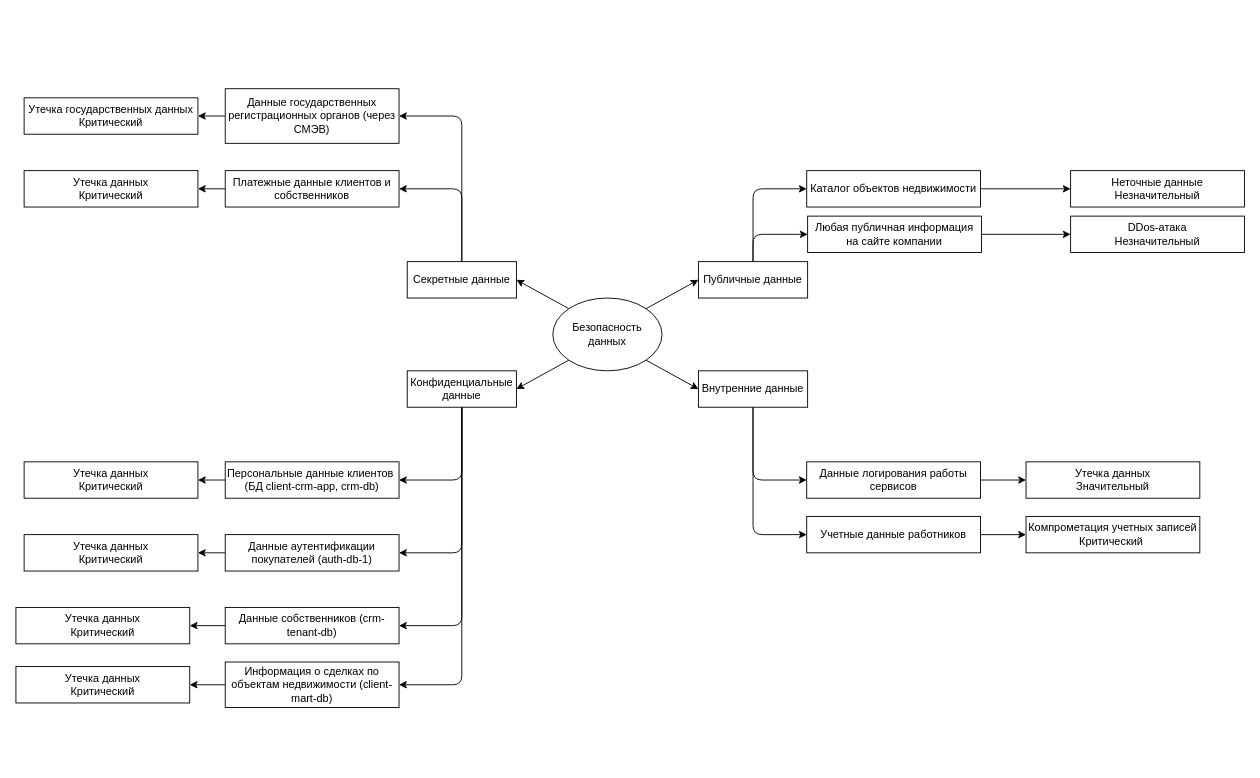
Above: Task1/Task1.drawio in AlexanderMATI/architecture-pro-propdevelopment (draw.io), before the change. Source tidied: cells renumbered, new cells numbered last; positions are measured from the earlier drawing's top-left corner, leaving out a move shared by most shapes. Both pictures are drawn from the tidied source at 91%, with x=0, y=0 at pixel (15, 88).
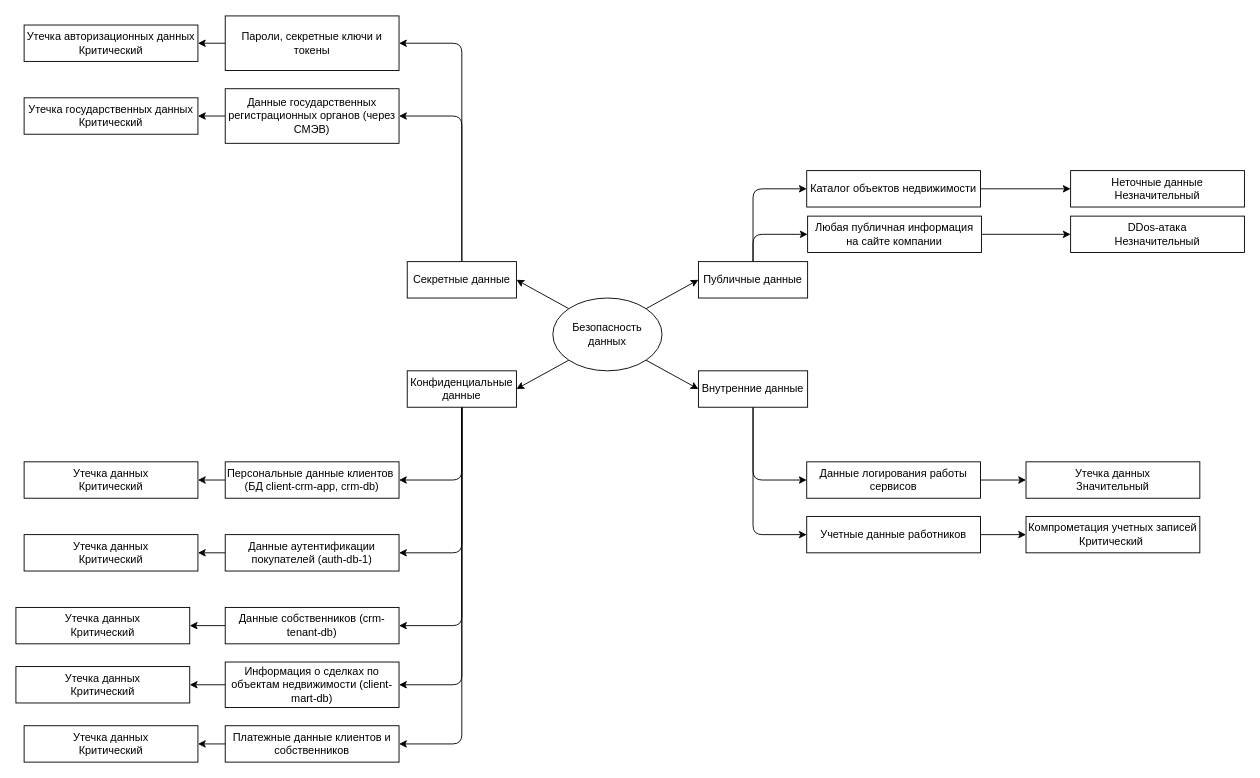
Above is the later version.

Unchanged cells that the change refers to:
```xml
<mxCell id="17" value="Конфиденциальные данные" style="rounded=0;whiteSpace=wrap;html=1;" parent="1" vertex="1">
  <mxGeometry x="430" y="310" width="120" height="40" as="geometry" />
</mxCell>
<mxCell id="20" value="Секретные данные" style="rounded=0;whiteSpace=wrap;html=1;" parent="1" vertex="1">
  <mxGeometry x="430" y="190" width="120" height="40" as="geometry" />
</mxCell>
```

Change to the diagram source:
```diff
@@
+    <mxCell id="51" style="edgeStyle=none;html=1;entryX=1;entryY=0.5;entryDx=0;entryDy=0;" parent="1" edge="1" source="17" target="36">
+      <mxGeometry relative="1" as="geometry">
+        <Array as="points">
+          <mxPoint x="490" y="720" />
+        </Array>
+      </mxGeometry>
+    </mxCell>
@@
-    <mxCell id="18" style="edgeStyle=none;html=1;entryX=1;entryY=0.5;entryDx=0;entryDy=0;" parent="1" edge="1" source="20" target="36">
-      <mxGeometry relative="1" as="geometry">
-        <Array as="points">
-          <mxPoint x="490" y="110" />
-        </Array>
-      </mxGeometry>
-    </mxCell>
@@
+    <mxCell id="52" style="edgeStyle=none;html=1;entryX=1;entryY=0.5;entryDx=0;entryDy=0;" parent="1" edge="1" source="20" target="54">
+      <mxGeometry relative="1" as="geometry">
+        <Array as="points">
+          <mxPoint x="490" y="-50" />
+        </Array>
+      </mxGeometry>
+    </mxCell>
@@
     <mxCell id="36" value="Платежные данные клиентов и собственников" style="rounded=0;whiteSpace=wrap;html=1;" parent="1" vertex="1">
-      <mxGeometry x="230" y="90" width="191" height="40" as="geometry" />
+      <mxGeometry x="230" y="700" width="191" height="40" as="geometry" />
     </mxCell>
@@
     <mxCell id="47" value="Утечка данных&lt;div&gt;Критический&lt;/div&gt;" style="rounded=0;whiteSpace=wrap;html=1;" parent="1" vertex="1">
-      <mxGeometry x="9" y="90" width="191" height="40" as="geometry" />
+      <mxGeometry x="9" y="700" width="191" height="40" as="geometry" />
     </mxCell>
@@
+    <mxCell id="53" style="edgeStyle=none;html=1;" parent="1" edge="1" source="54" target="55">
+      <mxGeometry relative="1" as="geometry" />
+    </mxCell>
+    <mxCell id="54" value="Пароли, секретные ключи и токены" style="rounded=0;whiteSpace=wrap;html=1;" parent="1" vertex="1">
+      <mxGeometry x="230" y="-80" width="191" height="60" as="geometry" />
+    </mxCell>
+    <mxCell id="55" value="Утечка авторизационных данных&lt;div&gt;Критический&lt;/div&gt;" style="rounded=0;whiteSpace=wrap;html=1;" parent="1" vertex="1">
+      <mxGeometry x="9" y="-70" width="191" height="40" as="geometry" />
+    </mxCell>
```
